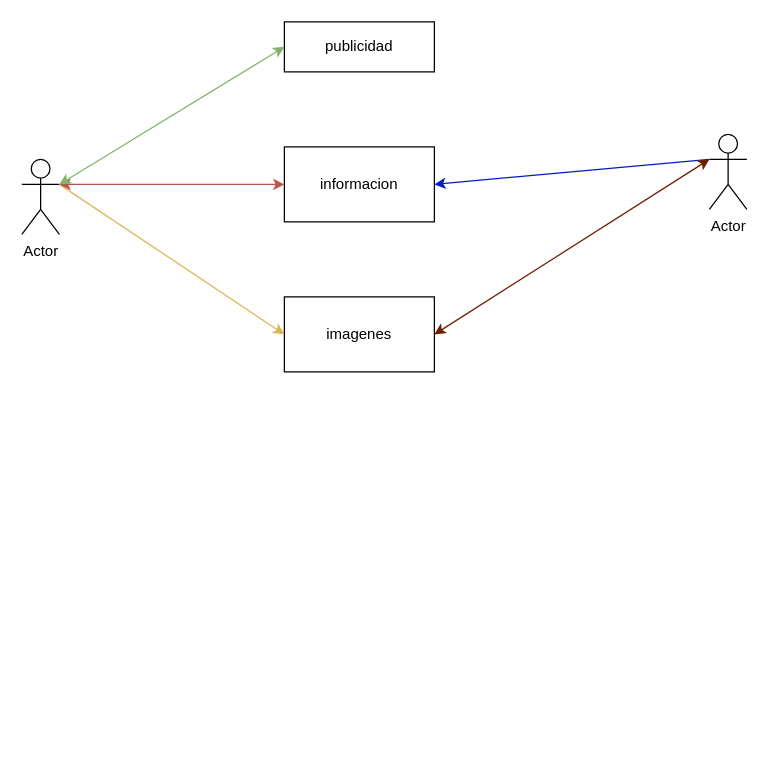
Before: proyecto en marcha/proyecto de cuarentena.drawio in RiqueCr/ProyectoCuarentena, a draw.io diagram. Source tidied: cells renumbered, new cells numbered last; positions are measured from the earlier drawing's top-left corner, leaving out a move shared by most shapes. Both pictures are drawn from the tidied source at 125%, with x=0, y=0 at pixel (21, 21).
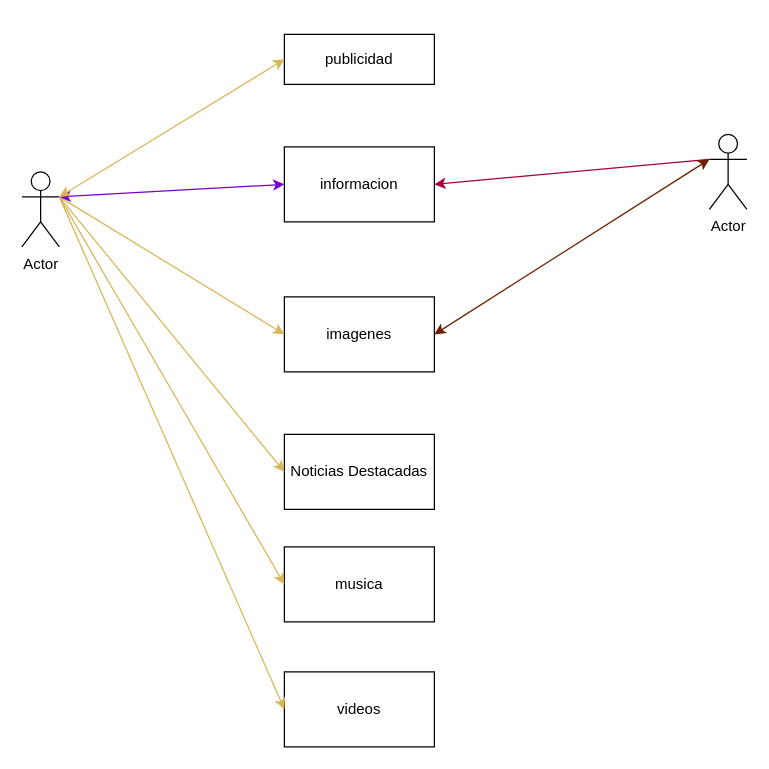
After the change.

Commit message:
avanze de diagrama

Diff of the diagram source:
```diff
@@
 <mxGraphModel>
   <root>
     <mxCell id="0" />
     <mxCell id="1" parent="0" />
     <mxCell id="2" value="publicidad" style="rounded=0;whiteSpace=wrap;html=1;" parent="1" vertex="1">
-      <mxGeometry x="210" width="120" height="40" as="geometry" />
+      <mxGeometry x="210" y="10" width="120" height="40" as="geometry" />
     </mxCell>
     <mxCell id="3" value="imagenes" style="rounded=0;whiteSpace=wrap;html=1;" parent="1" vertex="1">
       <mxGeometry x="210" y="220" width="120" height="60" as="geometry" />
     </mxCell>
     <mxCell id="4" value="Actor" style="shape=umlActor;verticalLabelPosition=bottom;labelBackgroundColor=#ffffff;verticalAlign=top;html=1;outlineConnect=0;" parent="1" vertex="1">
-      <mxGeometry y="110" width="30" height="60" as="geometry" />
+      <mxGeometry y="120" width="30" height="60" as="geometry" />
     </mxCell>
     <mxCell id="5" value="Actor" style="shape=umlActor;verticalLabelPosition=bottom;labelBackgroundColor=#ffffff;verticalAlign=top;html=1;outlineConnect=0;" parent="1" vertex="1">
       <mxGeometry x="550" y="90" width="30" height="60" as="geometry" />
     </mxCell>
     <mxCell id="6" value="informacion" style="rounded=0;whiteSpace=wrap;html=1;" parent="1" vertex="1">
       <mxGeometry x="210" y="100" width="120" height="60" as="geometry" />
     </mxCell>
     <mxCell id="7" style="endArrow=classic;html=1;entryX=0;entryY=0.5;entryDx=0;entryDy=0;fillColor=#fff2cc;strokeColor=#d6b656;" parent="1" edge="1" target="3">
       <mxGeometry relative="1" as="geometry">
-        <mxPoint x="30" y="130" as="sourcePoint" />
+        <mxPoint x="30" y="140" as="sourcePoint" />
       </mxGeometry>
     </mxCell>
-    <mxCell id="8" style="endArrow=classic;html=1;entryX=1;entryY=0.5;entryDx=0;entryDy=0;exitX=0;exitY=0.3333333333333333;exitDx=0;exitDy=0;exitPerimeter=0;fillColor=#0050ef;strokeColor=#001DBC;" parent="1" edge="1" source="5" target="6">
+    <mxCell id="8" style="endArrow=classic;html=1;entryX=1;entryY=0.5;entryDx=0;entryDy=0;exitX=0;exitY=0.3333333333333333;exitDx=0;exitDy=0;exitPerimeter=0;fillColor=#d80073;strokeColor=#A50040;" parent="1" edge="1" source="5" target="6">
       <mxGeometry relative="1" as="geometry" />
     </mxCell>
-    <mxCell id="9" style="endArrow=classic;startArrow=classic;html=1;exitX=1;exitY=0.3333333333333333;exitDx=0;exitDy=0;exitPerimeter=0;entryX=0;entryY=0.5;entryDx=0;entryDy=0;fillColor=#f8cecc;strokeColor=#b85450;" parent="1" edge="1" source="4" target="6">
+    <mxCell id="9" style="endArrow=classic;startArrow=classic;html=1;exitX=1;exitY=0.3333333333333333;exitDx=0;exitDy=0;exitPerimeter=0;entryX=0;entryY=0.5;entryDx=0;entryDy=0;fillColor=#aa00ff;strokeColor=#7700CC;" parent="1" edge="1" source="4" target="6">
       <mxGeometry relative="1" as="geometry" />
     </mxCell>
     <mxCell id="10" style="endArrow=classic;startArrow=classic;html=1;exitX=1;exitY=0.5;exitDx=0;exitDy=0;entryX=0;entryY=0.3333333333333333;entryDx=0;entryDy=0;entryPerimeter=0;fillColor=#a0522d;strokeColor=#6D1F00;" parent="1" edge="1" source="3" target="5">
       <mxGeometry relative="1" as="geometry" />
     </mxCell>
-    <mxCell id="11" style="endArrow=classic;startArrow=classic;html=1;entryX=0;entryY=0.5;entryDx=0;entryDy=0;exitX=1;exitY=0.3333333333333333;exitDx=0;exitDy=0;exitPerimeter=0;fillColor=#d5e8d4;strokeColor=#82b366;" parent="1" edge="1" source="4" target="2">
+    <mxCell id="11" style="endArrow=classic;startArrow=classic;html=1;entryX=0;entryY=0.5;entryDx=0;entryDy=0;exitX=1;exitY=0.3333333333333333;exitDx=0;exitDy=0;exitPerimeter=0;fillColor=#fff2cc;strokeColor=#d6b656;gradientColor=#ffd966;" parent="1" edge="1" source="4" target="2">
       <mxGeometry relative="1" as="geometry" />
     </mxCell>
+    <mxCell id="12" value="Noticias Destacadas" style="rounded=0;whiteSpace=wrap;html=1;" parent="1" vertex="1">
+      <mxGeometry x="210" y="330" width="120" height="60" as="geometry" />
+    </mxCell>
+    <mxCell id="13" style="endArrow=classic;html=1;exitX=1;exitY=0.3333333333333333;exitDx=0;exitDy=0;exitPerimeter=0;entryX=0;entryY=0.5;entryDx=0;entryDy=0;gradientColor=#ffd966;fillColor=#fff2cc;strokeColor=#d6b656;" parent="1" edge="1" source="4" target="12">
+      <mxGeometry relative="1" as="geometry" />
+    </mxCell>
+    <mxCell id="14" value="musica" style="rounded=0;whiteSpace=wrap;html=1;" parent="1" vertex="1">
+      <mxGeometry x="210" y="420" width="120" height="60" as="geometry" />
+    </mxCell>
+    <mxCell id="15" style="endArrow=classic;html=1;entryX=0;entryY=0.5;entryDx=0;entryDy=0;gradientColor=#ffd966;fillColor=#fff2cc;strokeColor=#d6b656;" parent="1" edge="1" target="14">
+      <mxGeometry relative="1" as="geometry">
+        <mxPoint x="30" y="140" as="sourcePoint" />
+      </mxGeometry>
+    </mxCell>
+    <mxCell id="16" value="videos" style="rounded=0;whiteSpace=wrap;html=1;" parent="1" vertex="1">
+      <mxGeometry x="210" y="520" width="120" height="60" as="geometry" />
+    </mxCell>
+    <mxCell id="17" style="endArrow=classic;html=1;exitX=1;exitY=0.3333333333333333;exitDx=0;exitDy=0;exitPerimeter=0;entryX=0;entryY=0.5;entryDx=0;entryDy=0;gradientColor=#ffd966;fillColor=#fff2cc;strokeColor=#d6b656;" parent="1" edge="1" source="4" target="16">
+      <mxGeometry relative="1" as="geometry" />
+    </mxCell>
   </root>
 </mxGraphModel>
```
